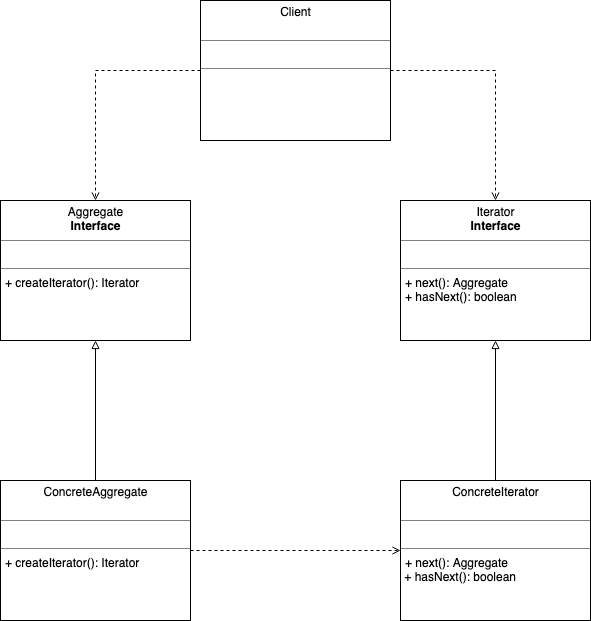
Earlier version of the draw.io export iterator-pattern/iterator-pattern.png (kan01234/design-patterns). Source tidied: cells renumbered, new cells last; positions are measured from the earlier drawing's top-left corner, leaving out a move shared by most shapes.
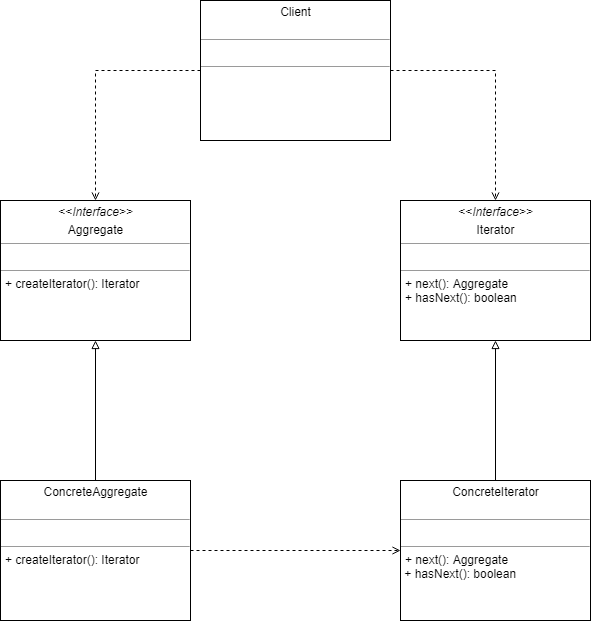
After the commit.

Change to the diagram source:
```diff
@@ -2,7 +2,7 @@
   <root>
     <mxCell id="0" />
     <mxCell id="1" parent="0" />
-    <mxCell id="2" value="&lt;p style=&quot;margin: 0px ; margin-top: 4px ; text-align: center&quot;&gt;Aggregate&lt;br&gt;&lt;b&gt;Interface&lt;/b&gt;&lt;/p&gt;&lt;hr size=&quot;1&quot;&gt;&lt;p style=&quot;margin: 0px ; margin-left: 4px&quot;&gt;&lt;br&gt;&lt;/p&gt;&lt;hr size=&quot;1&quot;&gt;&lt;p style=&quot;margin: 0px ; margin-left: 4px&quot;&gt;+ createIterator(): Iterator&lt;br&gt;&lt;/p&gt;" style="verticalAlign=top;align=left;overflow=fill;fontSize=12;fontFamily=Helvetica;html=1;" parent="1" vertex="1">
+    <mxCell id="2" value="&lt;p style=&quot;margin: 0px ; margin-top: 4px ; text-align: center&quot;&gt;&amp;lt;&amp;lt;&lt;i&gt;Interface&amp;gt;&amp;gt;&lt;/i&gt;&lt;/p&gt;&lt;p style=&quot;margin: 0px ; margin-top: 4px ; text-align: center&quot;&gt;Aggregate&lt;br&gt;&lt;/p&gt;&lt;hr size=&quot;1&quot;&gt;&lt;p style=&quot;margin: 0px ; margin-left: 4px&quot;&gt;&lt;br&gt;&lt;/p&gt;&lt;hr size=&quot;1&quot;&gt;&lt;p style=&quot;margin: 0px ; margin-left: 4px&quot;&gt;+ createIterator(): Iterator&lt;br&gt;&lt;/p&gt;" style="verticalAlign=top;align=left;overflow=fill;fontSize=12;fontFamily=Helvetica;html=1;" parent="1" vertex="1">
       <mxGeometry y="200" width="190" height="140" as="geometry" />
     </mxCell>
     <mxCell id="3" style="edgeStyle=orthogonalEdgeStyle;rounded=0;jettySize=auto;html=1;exitX=0.5;exitY=0;exitDx=0;exitDy=0;entryX=0.5;entryY=1;entryDx=0;entryDy=0;endArrow=block;endFill=0;" parent="1" edge="1" source="5" target="2">
@@ -20,7 +20,7 @@
     <mxCell id="7" value="&lt;p style=&quot;margin: 0px ; margin-top: 4px ; text-align: center&quot;&gt;ConcreteIterator&lt;br&gt;&lt;br&gt;&lt;/p&gt;&lt;hr size=&quot;1&quot;&gt;&lt;p style=&quot;margin: 0px ; margin-left: 4px&quot;&gt;&lt;br&gt;&lt;/p&gt;&lt;hr size=&quot;1&quot;&gt;&lt;p style=&quot;margin: 0px ; margin-left: 4px&quot;&gt;+ next(): Aggregate&lt;/p&gt;&amp;nbsp;+ hasNext(): boolean" style="verticalAlign=top;align=left;overflow=fill;fontSize=12;fontFamily=Helvetica;html=1;" parent="1" vertex="1">
       <mxGeometry x="400" y="480" width="190" height="140" as="geometry" />
     </mxCell>
-    <mxCell id="8" value="&lt;p style=&quot;margin: 0px ; margin-top: 4px ; text-align: center&quot;&gt;Iterator&lt;br&gt;&lt;b&gt;Interface&lt;/b&gt;&lt;/p&gt;&lt;hr size=&quot;1&quot;&gt;&lt;p style=&quot;margin: 0px ; margin-left: 4px&quot;&gt;&lt;br&gt;&lt;/p&gt;&lt;hr size=&quot;1&quot;&gt;&lt;p style=&quot;margin: 0px ; margin-left: 4px&quot;&gt;+ next(): Aggregate&lt;/p&gt;&lt;p style=&quot;margin: 0px ; margin-left: 4px&quot;&gt;+ hasNext(): boolean&lt;br&gt;&lt;/p&gt;" style="verticalAlign=top;align=left;overflow=fill;fontSize=12;fontFamily=Helvetica;html=1;" parent="1" vertex="1">
+    <mxCell id="8" value="&lt;p style=&quot;margin: 0px ; margin-top: 4px ; text-align: center&quot;&gt;&amp;lt;&amp;lt;&lt;i&gt;Interface&amp;gt;&amp;gt;&lt;/i&gt;&lt;br&gt;&lt;/p&gt;&lt;p style=&quot;margin: 0px ; margin-top: 4px ; text-align: center&quot;&gt;Iterator&lt;br&gt;&lt;/p&gt;&lt;hr size=&quot;1&quot;&gt;&lt;p style=&quot;margin: 0px ; margin-left: 4px&quot;&gt;&lt;br&gt;&lt;/p&gt;&lt;hr size=&quot;1&quot;&gt;&lt;p style=&quot;margin: 0px ; margin-left: 4px&quot;&gt;+ next(): Aggregate&lt;/p&gt;&lt;p style=&quot;margin: 0px ; margin-left: 4px&quot;&gt;+ hasNext(): boolean&lt;br&gt;&lt;/p&gt;" style="verticalAlign=top;align=left;overflow=fill;fontSize=12;fontFamily=Helvetica;html=1;" parent="1" vertex="1">
       <mxGeometry x="400" y="200" width="190" height="140" as="geometry" />
     </mxCell>
     <mxCell id="9" style="edgeStyle=orthogonalEdgeStyle;rounded=0;jettySize=auto;html=1;exitX=1;exitY=0.5;exitDx=0;exitDy=0;entryX=0.5;entryY=0;entryDx=0;entryDy=0;endArrow=open;endFill=0;dashed=1;" parent="1" edge="1" source="11" target="8">
```
